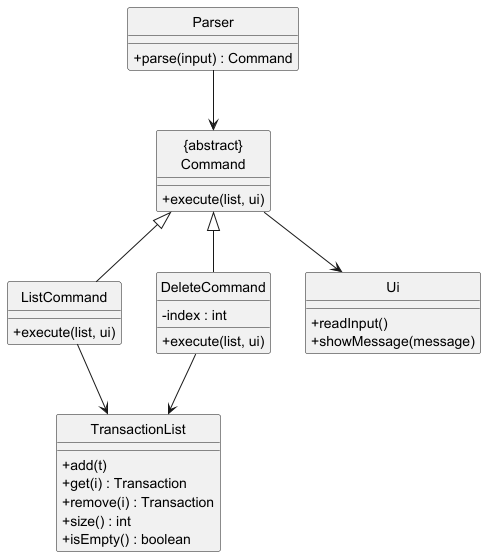
Nishuy52/tp keeps this PlantUML diagram as docs/diagrams/ListDeleteClassDiagram.png. Above is the earlier version.
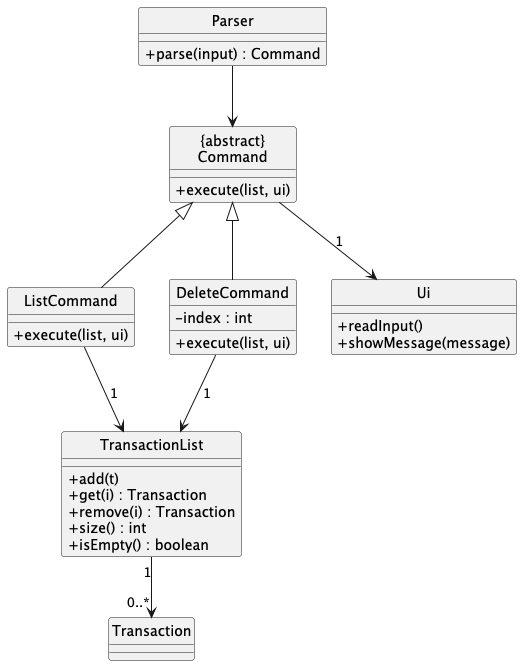
Above is the later version.

Change to the diagram source:
```diff
@@ -35,7 +35,9 @@
 Parser --> Command
 Command <|-- ListCommand
 Command <|-- DeleteCommand
-ListCommand --> TransactionList
-DeleteCommand --> TransactionList
-Command --> Ui
+
+Command --> Ui : 1
+ListCommand --> TransactionList : 1
+DeleteCommand --> TransactionList : 1
+TransactionList "1" --> "0..*" Transaction
 @enduml
```
